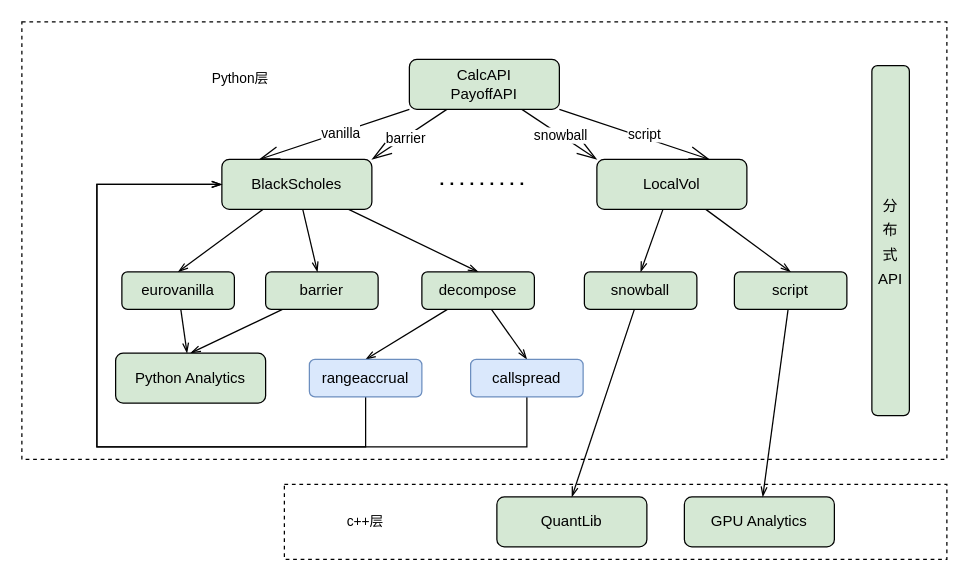
The draw.io diagram page "Analytics" (14 of 16) of quant-dev-platform.drawio in blshao84/VaRReportingSys, before the edit. Source tidied: cells renumbered, new cells numbered last; positions are measured from the earlier drawing's top-left corner, leaving out a move shared by most shapes. Both pictures are drawn from the tidied source at 125%, with x=0, y=0 at pixel (21, 21).
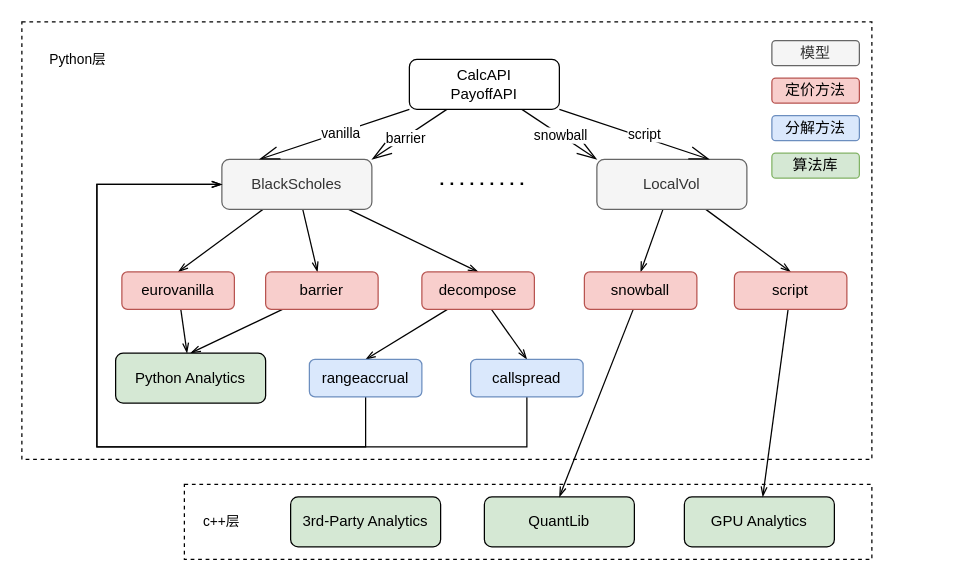
The same page after the edit.

Diff of the diagram source:
```diff
@@
     <mxCell id="2" style="rounded=0;whiteSpace=wrap;html=1;fontSize=11;dashed=1;fillColor=none;strokeColor=#000000;" parent="1" vertex="1">
-      <mxGeometry width="740" height="350" as="geometry" />
+      <mxGeometry width="680" height="350" as="geometry" />
     </mxCell>
     <mxCell id="3" style="rounded=0;whiteSpace=wrap;html=1;fontSize=11;dashed=1;fillColor=none;strokeColor=#000000;" parent="1" vertex="1">
-      <mxGeometry x="210" y="370" width="530" height="60" as="geometry" />
+      <mxGeometry x="130" y="370" width="550" height="60" as="geometry" />
     </mxCell>
     <mxCell id="4" value="QuantLib" style="rounded=1;whiteSpace=wrap;html=1;hachureGap=4;fillColor=#d5e8d4;strokeColor=#000000;" parent="1" vertex="1">
-      <mxGeometry x="380" y="380" width="120" height="40" as="geometry" />
+      <mxGeometry x="370" y="380" width="120" height="40" as="geometry" />
     </mxCell>
@@
-    <mxCell id="9" value="BlackScholes" style="rounded=1;whiteSpace=wrap;html=1;hachureGap=4;fillColor=#d5e8d4;strokeColor=#000000;" parent="1" vertex="1">
+    <mxCell id="9" value="BlackScholes" style="rounded=1;whiteSpace=wrap;html=1;hachureGap=4;fillColor=#f5f5f5;strokeColor=#666666;fontColor=#333333;" parent="1" vertex="1">
       <mxGeometry x="160" y="110" width="120" height="40" as="geometry" />
     </mxCell>
@@
-    <mxCell id="12" value="LocalVol" style="rounded=1;whiteSpace=wrap;html=1;hachureGap=4;fillColor=#d5e8d4;strokeColor=#000000;" parent="1" vertex="1">
+    <mxCell id="12" value="LocalVol" style="rounded=1;whiteSpace=wrap;html=1;hachureGap=4;fillColor=#f5f5f5;strokeColor=#666666;fontColor=#333333;" parent="1" vertex="1">
       <mxGeometry x="460" y="110" width="120" height="40" as="geometry" />
     </mxCell>
@@
-    <mxCell id="22" value="CalcAPI&lt;br&gt;PayoffAPI" style="rounded=1;whiteSpace=wrap;html=1;hachureGap=4;fillColor=#d5e8d4;strokeColor=#000000;" parent="1" vertex="1">
+    <mxCell id="22" value="CalcAPI&lt;br&gt;PayoffAPI" style="rounded=1;whiteSpace=wrap;html=1;hachureGap=4;" parent="1" vertex="1">
       <mxGeometry x="310" y="30" width="120" height="40" as="geometry" />
     </mxCell>
-    <mxCell id="23" value="&lt;font style=&quot;font-size: 12px&quot;&gt;分&lt;br&gt;布&lt;br&gt;式&lt;br&gt;API&lt;/font&gt;" style="rounded=1;whiteSpace=wrap;html=1;shadow=0;sketch=0;fontSize=16;strokeWidth=1;fillColor=#d5e8d4;strokeColor=#000000;" parent="1" vertex="1">
-      <mxGeometry x="680" y="35" width="30" height="280" as="geometry" />
-    </mxCell>
     <mxCell id="24" value="c++层" style="text;html=1;strokeColor=none;fillColor=none;align=center;verticalAlign=middle;whiteSpace=wrap;rounded=0;fontSize=11;" parent="1" vertex="1">
-      <mxGeometry x="240" y="385" width="70" height="30" as="geometry" />
+      <mxGeometry x="125" y="385" width="70" height="30" as="geometry" />
     </mxCell>
     <mxCell id="25" value="Python层" style="text;html=1;strokeColor=none;fillColor=none;align=center;verticalAlign=middle;whiteSpace=wrap;rounded=0;fontSize=11;" parent="1" vertex="1">
-      <mxGeometry x="140" y="30" width="70" height="30" as="geometry" />
+      <mxGeometry x="10" y="15" width="70" height="30" as="geometry" />
     </mxCell>
@@
-    <mxCell id="28" value="decompose" style="rounded=1;whiteSpace=wrap;html=1;hachureGap=4;fillColor=#d5e8d4;strokeColor=#000000;" parent="1" vertex="1">
+    <mxCell id="28" value="decompose" style="rounded=1;whiteSpace=wrap;html=1;hachureGap=4;fillColor=#f8cecc;strokeColor=#b85450;" parent="1" vertex="1">
       <mxGeometry x="320" y="200" width="90" height="30" as="geometry" />
     </mxCell>
@@
-    <mxCell id="30" value="eurovanilla" style="rounded=1;whiteSpace=wrap;html=1;hachureGap=4;fillColor=#d5e8d4;strokeColor=#000000;" parent="1" vertex="1">
+    <mxCell id="30" value="eurovanilla" style="rounded=1;whiteSpace=wrap;html=1;hachureGap=4;fillColor=#f8cecc;strokeColor=#b85450;" parent="1" vertex="1">
       <mxGeometry x="80" y="200" width="90" height="30" as="geometry" />
     </mxCell>
@@
-    <mxCell id="32" value="barrier" style="rounded=1;whiteSpace=wrap;html=1;hachureGap=4;fillColor=#d5e8d4;strokeColor=#000000;" parent="1" vertex="1">
+    <mxCell id="32" value="barrier" style="rounded=1;whiteSpace=wrap;html=1;hachureGap=4;fillColor=#f8cecc;strokeColor=#b85450;" parent="1" vertex="1">
       <mxGeometry x="195" y="200" width="90" height="30" as="geometry" />
     </mxCell>
@@
-    <mxCell id="34" value="snowball" style="rounded=1;whiteSpace=wrap;html=1;hachureGap=4;fillColor=#d5e8d4;strokeColor=#000000;" parent="1" vertex="1">
+    <mxCell id="34" value="snowball" style="rounded=1;whiteSpace=wrap;html=1;hachureGap=4;fillColor=#f8cecc;strokeColor=#b85450;" parent="1" vertex="1">
       <mxGeometry x="450" y="200" width="90" height="30" as="geometry" />
     </mxCell>
@@
-    <mxCell id="36" value="script" style="rounded=1;whiteSpace=wrap;html=1;hachureGap=4;fillColor=#d5e8d4;strokeColor=#000000;" parent="1" vertex="1">
+    <mxCell id="36" value="script" style="rounded=1;whiteSpace=wrap;html=1;hachureGap=4;fillColor=#f8cecc;strokeColor=#b85450;" parent="1" vertex="1">
       <mxGeometry x="570" y="200" width="90" height="30" as="geometry" />
     </mxCell>
@@
+    <mxCell id="42" value="3rd-Party Analytics" style="rounded=1;whiteSpace=wrap;html=1;hachureGap=4;fillColor=#d5e8d4;strokeColor=#000000;" parent="1" vertex="1">
+      <mxGeometry x="215" y="380" width="120" height="40" as="geometry" />
+    </mxCell>
+    <mxCell id="43" style="group;" parent="1" vertex="1">
+      <mxGeometry x="600" y="15" width="70" height="110" as="geometry" />
+    </mxCell>
+    <mxCell id="44" value="模型" style="rounded=1;whiteSpace=wrap;html=1;hachureGap=4;fillColor=#f5f5f5;strokeColor=#666666;fontColor=#333333;" parent="43" vertex="1">
+      <mxGeometry width="70" height="20" as="geometry" />
+    </mxCell>
+    <mxCell id="45" value="定价方法" style="rounded=1;whiteSpace=wrap;html=1;hachureGap=4;fillColor=#f8cecc;strokeColor=#b85450;" parent="43" vertex="1">
+      <mxGeometry y="30" width="70" height="20" as="geometry" />
+    </mxCell>
+    <mxCell id="46" value="分解方法" style="rounded=1;whiteSpace=wrap;html=1;hachureGap=4;fillColor=#dae8fc;strokeColor=#6c8ebf;" parent="43" vertex="1">
+      <mxGeometry y="60" width="70" height="20" as="geometry" />
+    </mxCell>
+    <mxCell id="47" value="算法库" style="rounded=1;whiteSpace=wrap;html=1;hachureGap=4;fillColor=#d5e8d4;strokeColor=#82b366;" parent="43" vertex="1">
+      <mxGeometry y="90" width="70" height="20" as="geometry" />
+    </mxCell>
```
